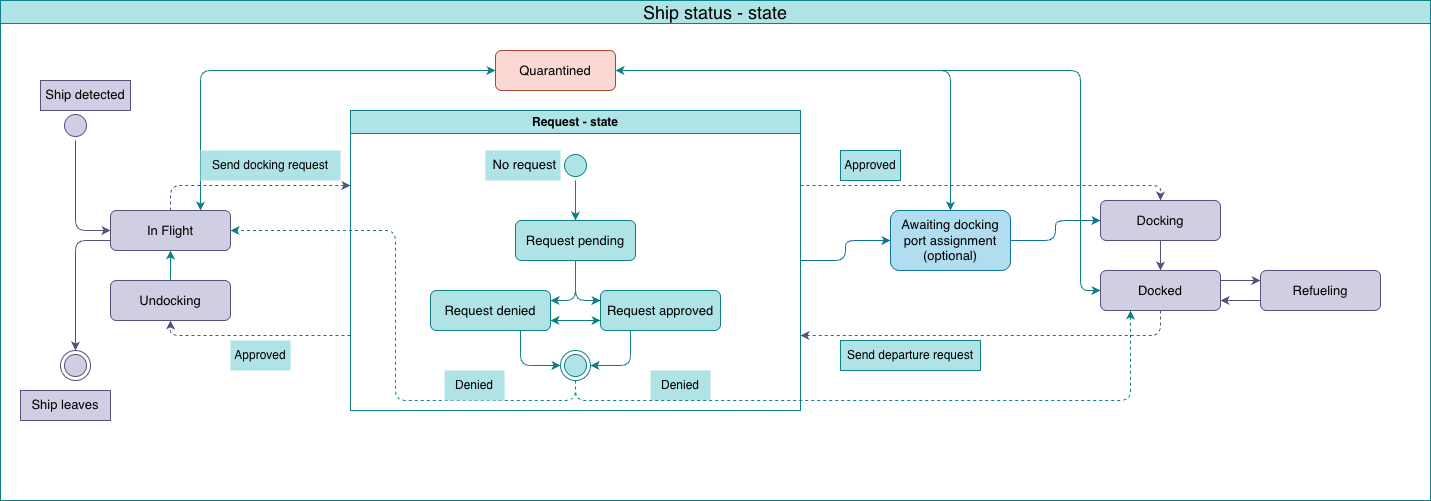
Earlier version of the draw.io export Spacedock_state.drawio.png (Casual159/SpaceDock-home-assignment). Source tidied: cells renumbered, new cells last; positions are measured from the earlier drawing's top-left corner, leaving out a move shared by most shapes.
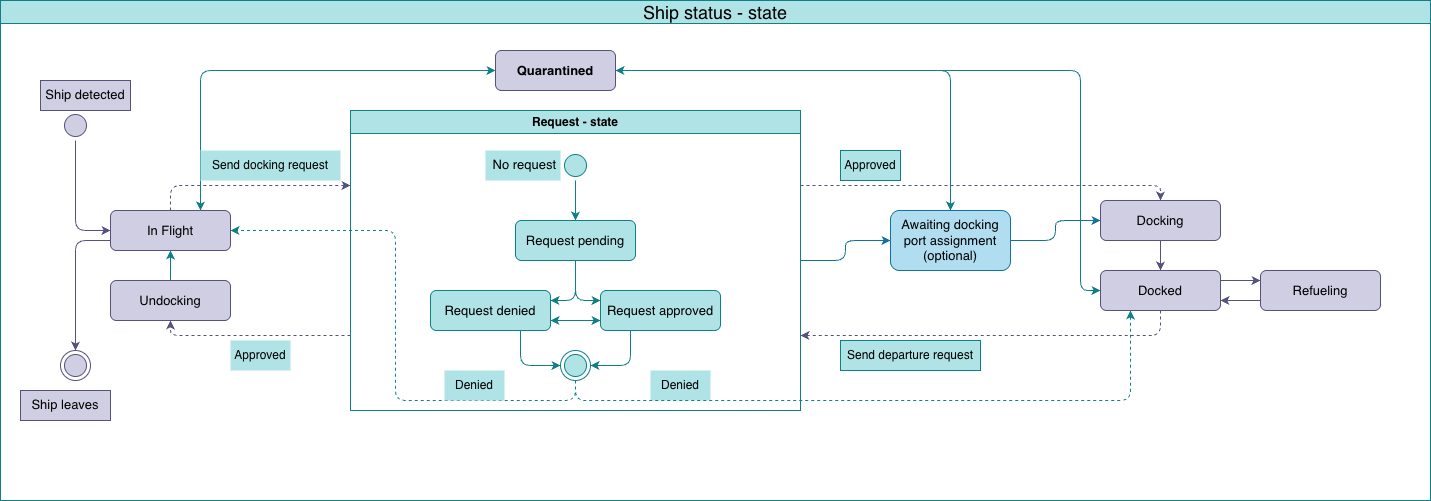
The same diagram one commit later.

Diff of the diagram source:
```diff
@@ -24,7 +24,7 @@
     <mxCell id="7" value="Undocking" style="rounded=1;whiteSpace=wrap;html=1;fontSize=13;fillColor=#d0cee2;strokeColor=#56517e;" parent="1" vertex="1">
       <mxGeometry x="110" y="280" width="120" height="40" as="geometry" />
     </mxCell>
-    <mxCell id="8" value="Quarantined" style="rounded=1;whiteSpace=wrap;html=1;fontSize=13;fillColor=#fad9d5;strokeColor=#ae4132;" parent="1" vertex="1">
+    <mxCell id="8" value="Quarantined" style="rounded=1;whiteSpace=wrap;html=1;fontSize=13;fillColor=light-dark(#D0CEE2,#625F7B);strokeColor=#56517e;fontStyle=1;" parent="1" vertex="1">
       <mxGeometry x="495" y="50" width="120" height="40" as="geometry" />
     </mxCell>
     <mxCell id="9" style="ellipse;html=1;shape=endState;fillColor=#d0cee2;strokeColor=#56517e;fontSize=13;" parent="1" vertex="1">
```
